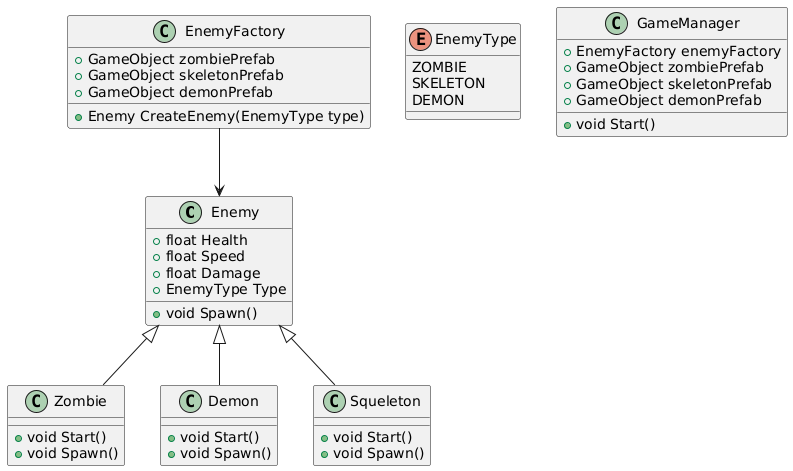
This is DiagramaDeClases/DiagramaDeClases.png from RazZzQ/Lab12Prototipos, a PlantUML export, as it was before one commit.
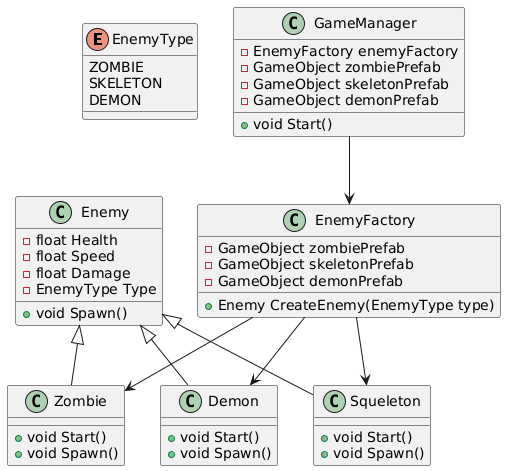
Later version of the same file.

What changed in the source:
```diff
@@ -1,51 +1,53 @@
 @startuml
+enum EnemyType {
+  ZOMBIE
+  SKELETON
+  DEMON
+}
+
 class Enemy {
-    +float Health
-    +float Speed
-    +float Damage
-    +EnemyType Type
-    +void Spawn()
+  - float Health
+  - float Speed
+  - float Damage
+  - EnemyType Type
+  + void Spawn()
 }
 
 class Zombie {
-    +void Start()
-    +void Spawn()
+  + void Start()
+  + void Spawn()
 }
 
 class Demon {
-    +void Start()
-    +void Spawn()
+  + void Start()
+  + void Spawn()
 }
 
 class Squeleton {
-    +void Start()
-    +void Spawn()
-}
-
-enum EnemyType {
-    ZOMBIE
-    SKELETON
-    DEMON
+  + void Start()
+  + void Spawn()
 }
 
 class EnemyFactory {
-    +GameObject zombiePrefab
-    +GameObject skeletonPrefab
-    +GameObject demonPrefab
-    +Enemy CreateEnemy(EnemyType type)
+  - GameObject zombiePrefab
+  - GameObject skeletonPrefab
+  - GameObject demonPrefab
+  + Enemy CreateEnemy(EnemyType type)
 }
 
 class GameManager {
-    +EnemyFactory enemyFactory
-    +GameObject zombiePrefab
-    +GameObject skeletonPrefab
-    +GameObject demonPrefab
-    +void Start()
+  - EnemyFactory enemyFactory
+  - GameObject zombiePrefab
+  - GameObject skeletonPrefab
+  - GameObject demonPrefab
+  + void Start()
 }
 
 Enemy <|-- Zombie
 Enemy <|-- Demon
 Enemy <|-- Squeleton
-
-EnemyFactory --> Enemy
+EnemyFactory --> Zombie
+EnemyFactory --> Squeleton
+EnemyFactory --> Demon
+GameManager --> EnemyFactory
 @enduml
```
